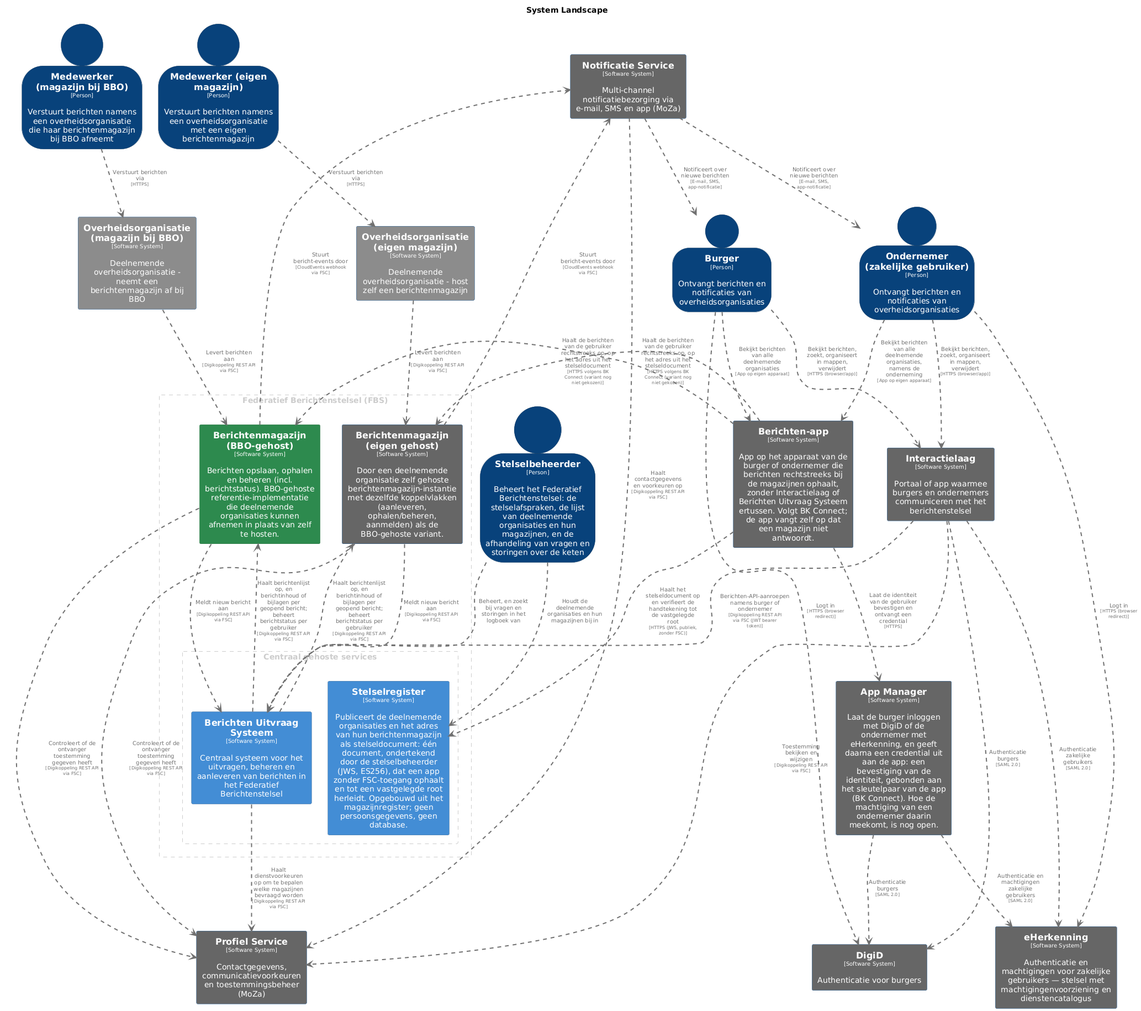
Earlier version of the PlantUML export pr-preview/pr-447/master/png/SystemLandscape.png (MinBZK/moza-poc-fbs-berichtenbox).
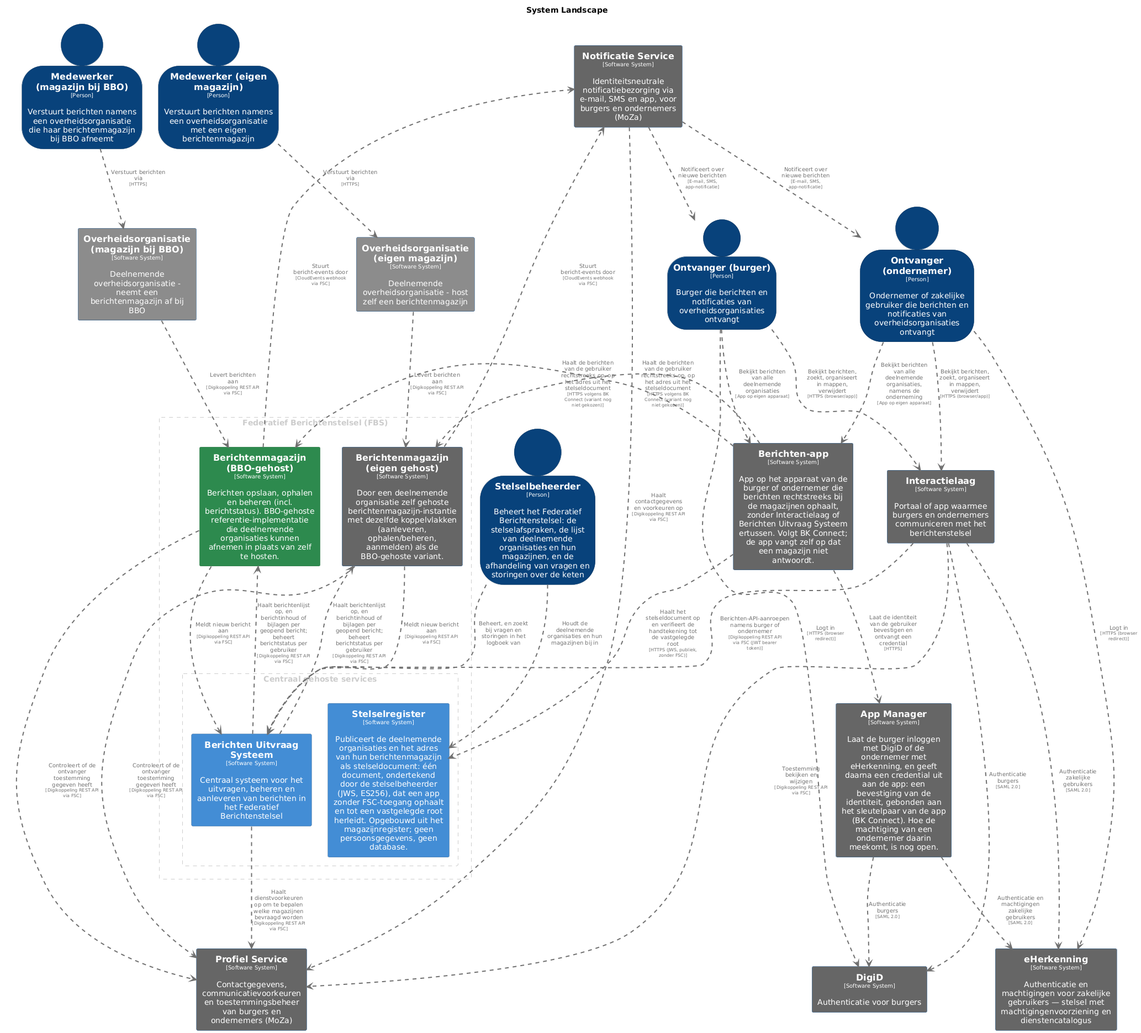
The same diagram one commit later.

Change to the diagram source:
```diff
@@ -45,12 +45,6 @@
   BorderColor #0b4884
   shadowing false
 }
-skinparam person<<Burger>> {
-  BackgroundColor #08427b
-  FontColor #ffffff
-  BorderColor #052e56
-  shadowing false
-}
 skinparam rectangle<<DigiD>> {
   BackgroundColor #666666
   FontColor #ffffff
@@ -81,7 +75,13 @@
   BorderColor #0b4884
   shadowing false
 }
-skinparam person<<Ondernemerzakelijkegebruiker>> {
+skinparam person<<Ontvangerburger>> {
+  BackgroundColor #08427b
+  FontColor #ffffff
+  BorderColor #052e56
+  shadowing false
+}
+skinparam person<<Ontvangerondernemer>> {
   BackgroundColor #08427b
   FontColor #ffffff
   BorderColor #052e56
@@ -142,18 +142,18 @@
 
 }
 
-person "==Burger\n<size:10>[Person]</size>\n\nOntvangt berichten en notificaties van overheidsorganisaties" <<Burger>> as Burger
+person "==Ontvanger (burger)\n<size:10>[Person]</size>\n\nBurger die berichten en notificaties van overheidsorganisaties ontvangt" <<Ontvangerburger>> as Ontvangerburger
 rectangle "==DigiD\n<size:10>[Software System]</size>\n\nAuthenticatie voor burgers" <<DigiD>> as DigiD
 rectangle "==Overheidsorganisatie (eigen magazijn)\n<size:10>[Software System]</size>\n\nDeelnemende overheidsorganisatie - host zelf een berichtenmagazijn" <<Overheidsorganisatieeigenmagazijn>> as Overheidsorganisatieeigenmagazijn
 rectangle "==Berichten-app\n<size:10>[Software System]</size>\n\nApp op het apparaat van de burger of ondernemer die berichten rechtstreeks bij de magazijnen ophaalt, zonder Interactielaag of Berichten Uitvraag Systeem ertussen. Volgt BK Connect; de app vangt zelf op dat een magazijn niet antwoordt." <<Berichtenapp>> as Berichtenapp
 rectangle "==App Manager\n<size:10>[Software System]</size>\n\nLaat de burger inloggen met DigiD of de ondernemer met eHerkenning, en geeft daarna een credential uit aan de app: een bevestiging van de identiteit, gebonden aan het sleutelpaar van de app (BK Connect). Hoe de machtiging van een ondernemer daarin meekomt, is nog open." <<AppManager>> as AppManager
 rectangle "==Overheidsorganisatie (magazijn bij BBO)\n<size:10>[Software System]</size>\n\nDeelnemende overheidsorganisatie - neemt een berichtenmagazijn af bij BBO" <<OverheidsorganisatiemagazijnbijBBO>> as OverheidsorganisatiemagazijnbijBBO
-person "==Ondernemer (zakelijke gebruiker)\n<size:10>[Person]</size>\n\nOntvangt berichten en notificaties van overheidsorganisaties" <<Ondernemerzakelijkegebruiker>> as Ondernemerzakelijkegebruiker
+person "==Ontvanger (ondernemer)\n<size:10>[Person]</size>\n\nOndernemer of zakelijke gebruiker die berichten en notificaties van overheidsorganisaties ontvangt" <<Ontvangerondernemer>> as Ontvangerondernemer
 person "==Medewerker (eigen magazijn)\n<size:10>[Person]</size>\n\nVerstuurt berichten namens een overheidsorganisatie met een eigen berichtenmagazijn" <<Medewerkereigenmagazijn>> as Medewerkereigenmagazijn
 person "==Medewerker (magazijn bij BBO)\n<size:10>[Person]</size>\n\nVerstuurt berichten namens een overheidsorganisatie die haar berichtenmagazijn bij BBO afneemt" <<MedewerkermagazijnbijBBO>> as MedewerkermagazijnbijBBO
 person "==Stelselbeheerder\n<size:10>[Person]</size>\n\nBeheert het Federatief Berichtenstelsel: de stelselafspraken, de lijst van deelnemende organisaties en hun magazijnen, en de afhandeling van vragen en storingen over de keten" <<Stelselbeheerder>> as Stelselbeheerder
-rectangle "==Profiel Service\n<size:10>[Software System]</size>\n\nContactgegevens, communicatievoorkeuren en toestemmingsbeheer (MoZa)" <<ProfielService>> as ProfielService
-rectangle "==Notificatie Service\n<size:10>[Software System]</size>\n\nMulti-channel notificatiebezorging via e-mail, SMS en app (MoZa)" <<NotificatieService>> as NotificatieService
+rectangle "==Profiel Service\n<size:10>[Software System]</size>\n\nContactgegevens, communicatievoorkeuren en toestemmingsbeheer van burgers en ondernemers (MoZa)" <<ProfielService>> as ProfielService
+rectangle "==Notificatie Service\n<size:10>[Software System]</size>\n\nIdentiteitsneutrale notificatiebezorging via e-mail, SMS en app, voor burgers en ondernemers (MoZa)" <<NotificatieService>> as NotificatieService
 rectangle "==Interactielaag\n<size:10>[Software System]</size>\n\nPortaal of app waarmee burgers en ondernemers communiceren met het berichtenstelsel" <<Interactielaag>> as Interactielaag
 rectangle "==eHerkenning\n<size:10>[Software System]</size>\n\nAuthenticatie en machtigingen voor zakelijke gebruikers — stelsel met machtigingenvoorziening en dienstencatalogus" <<eHerkenning>> as eHerkenning
 
@@ -161,18 +161,18 @@
 MedewerkermagazijnbijBBO .[#707070,thickness=2].> OverheidsorganisatiemagazijnbijBBO : "<color:#707070>Verstuurt berichten via\n<color:#707070><size:8>[HTTPS]</size>"
 Stelselbeheerder .[#707070,thickness=2].> BerichtenUitvraagSysteem : "<color:#707070>Beheert, en zoekt bij vragen en storingen in het logboek van"
 Stelselbeheerder .[#707070,thickness=2].> Stelselregister : "<color:#707070>Houdt de deelnemende organisaties en hun magazijnen bij in"
-Burger .[#707070,thickness=2].> Interactielaag : "<color:#707070>Bekijkt berichten, zoekt, organiseert in mappen, verwijdert\n<color:#707070><size:8>[HTTPS (browser/app)]</size>"
-Burger .[#707070,thickness=2].> DigiD : "<color:#707070>Logt in\n<color:#707070><size:8>[HTTPS (browser redirect)]</size>"
-Ondernemerzakelijkegebruiker .[#707070,thickness=2].> Interactielaag : "<color:#707070>Bekijkt berichten, zoekt, organiseert in mappen, verwijdert\n<color:#707070><size:8>[HTTPS (browser/app)]</size>"
-Ondernemerzakelijkegebruiker .[#707070,thickness=2].> eHerkenning : "<color:#707070>Logt in\n<color:#707070><size:8>[HTTPS (browser redirect)]</size>"
-NotificatieService .[#707070,thickness=2].> Burger : "<color:#707070>Notificeert over nieuwe berichten\n<color:#707070><size:8>[E-mail, SMS, app-notificatie]</size>"
-NotificatieService .[#707070,thickness=2].> Ondernemerzakelijkegebruiker : "<color:#707070>Notificeert over nieuwe berichten\n<color:#707070><size:8>[E-mail, SMS, app-notificatie]</size>"
+Ontvangerburger .[#707070,thickness=2].> Interactielaag : "<color:#707070>Bekijkt berichten, zoekt, organiseert in mappen, verwijdert\n<color:#707070><size:8>[HTTPS (browser/app)]</size>"
+Ontvangerburger .[#707070,thickness=2].> DigiD : "<color:#707070>Logt in\n<color:#707070><size:8>[HTTPS (browser redirect)]</size>"
+Ontvangerondernemer .[#707070,thickness=2].> Interactielaag : "<color:#707070>Bekijkt berichten, zoekt, organiseert in mappen, verwijdert\n<color:#707070><size:8>[HTTPS (browser/app)]</size>"
+Ontvangerondernemer .[#707070,thickness=2].> eHerkenning : "<color:#707070>Logt in\n<color:#707070><size:8>[HTTPS (browser redirect)]</size>"
+NotificatieService .[#707070,thickness=2].> Ontvangerburger : "<color:#707070>Notificeert over nieuwe berichten\n<color:#707070><size:8>[E-mail, SMS, app-notificatie]</size>"
+NotificatieService .[#707070,thickness=2].> Ontvangerondernemer : "<color:#707070>Notificeert over nieuwe berichten\n<color:#707070><size:8>[E-mail, SMS, app-notificatie]</size>"
 Interactielaag .[#707070,thickness=2].> BerichtenUitvraagSysteem : "<color:#707070>Berichten-API-aanroepen namens burger of ondernemer\n<color:#707070><size:8>[Digikoppeling REST API via FSC (JWT bearer token)]</size>"
 Interactielaag .[#707070,thickness=2].> ProfielService : "<color:#707070>Toestemming bekijken en wijzigen\n<color:#707070><size:8>[Digikoppeling REST API via FSC]</size>"
 Interactielaag .[#707070,thickness=2].> DigiD : "<color:#707070>Authenticatie burgers\n<color:#707070><size:8>[SAML 2.0]</size>"
 Interactielaag .[#707070,thickness=2].> eHerkenning : "<color:#707070>Authenticatie zakelijke gebruikers\n<color:#707070><size:8>[SAML 2.0]</size>"
-Burger .[#707070,thickness=2].> Berichtenapp : "<color:#707070>Bekijkt berichten van alle deelnemende organisaties\n<color:#707070><size:8>[App op eigen apparaat]</size>"
-Ondernemerzakelijkegebruiker .[#707070,thickness=2].> Berichtenapp : "<color:#707070>Bekijkt berichten van alle deelnemende organisaties, namens de onderneming\n<color:#707070><size:8>[App op eigen apparaat]</size>"
+Ontvangerburger .[#707070,thickness=2].> Berichtenapp : "<color:#707070>Bekijkt berichten van alle deelnemende organisaties\n<color:#707070><size:8>[App op eigen apparaat]</size>"
+Ontvangerondernemer .[#707070,thickness=2].> Berichtenapp : "<color:#707070>Bekijkt berichten van alle deelnemende organisaties, namens de onderneming\n<color:#707070><size:8>[App op eigen apparaat]</size>"
 Berichtenapp .[#707070,thickness=2].> AppManager : "<color:#707070>Laat de identiteit van de gebruiker bevestigen en ontvangt een credential\n<color:#707070><size:8>[HTTPS]</size>"
 AppManager .[#707070,thickness=2].> DigiD : "<color:#707070>Authenticatie burgers\n<color:#707070><size:8>[SAML 2.0]</size>"
 AppManager .[#707070,thickness=2].> eHerkenning : "<color:#707070>Authenticatie en machtigingen zakelijke gebruikers\n<color:#707070><size:8>[SAML 2.0]</size>"
```
